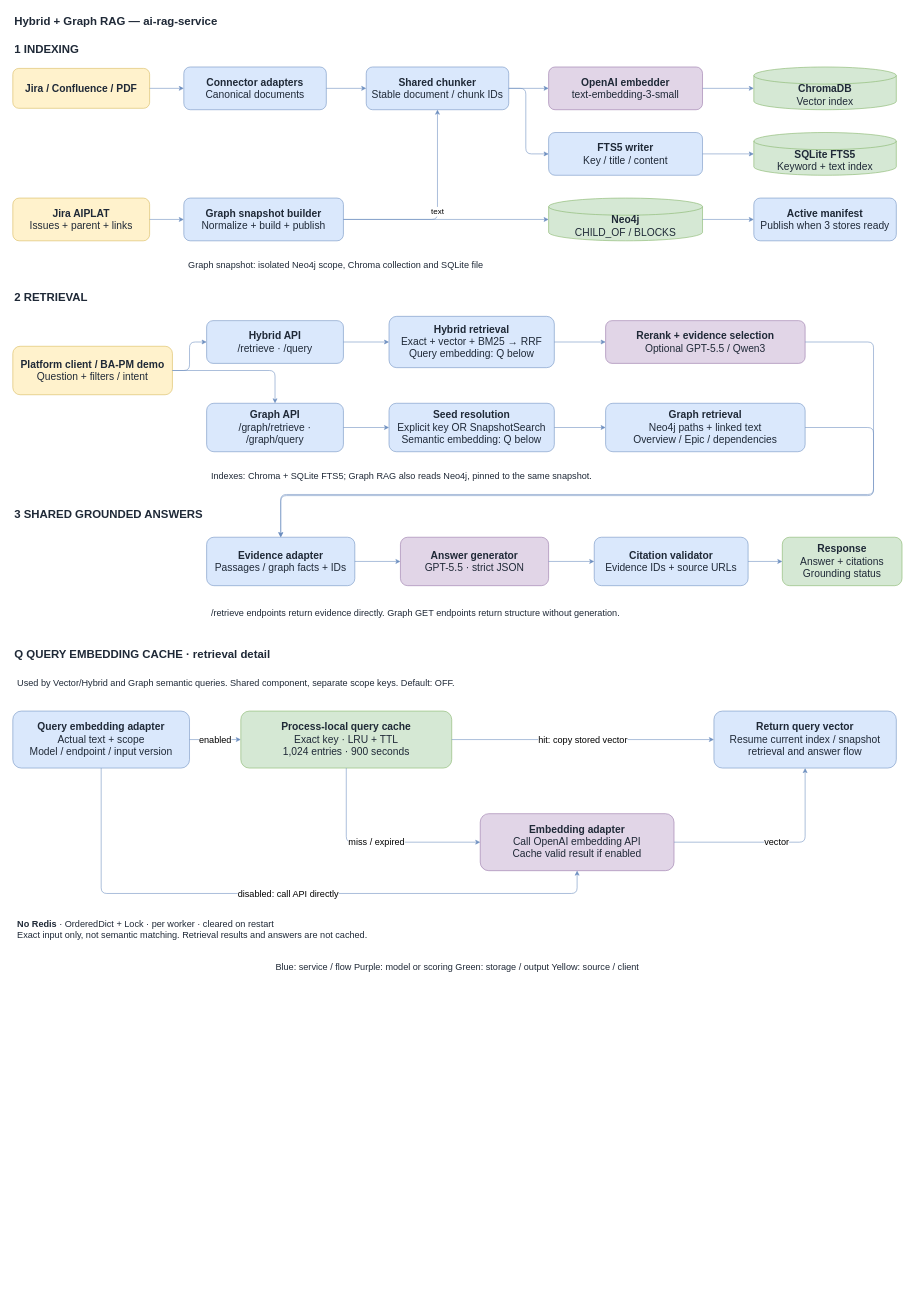
The draw.io diagram docs/superpowers/specs/assets/hybrid-grounded-rag-poc-architecture.drawio in gjnzsu/ai-rag-service, before the edit. Source tidied: cells renumbered, new cells numbered last; positions are measured from the earlier drawing's top-left corner, leaving out a move shared by most shapes. Both pictures are drawn from the tidied source at 57%, with x=0, y=0 at pixel (10, 10).
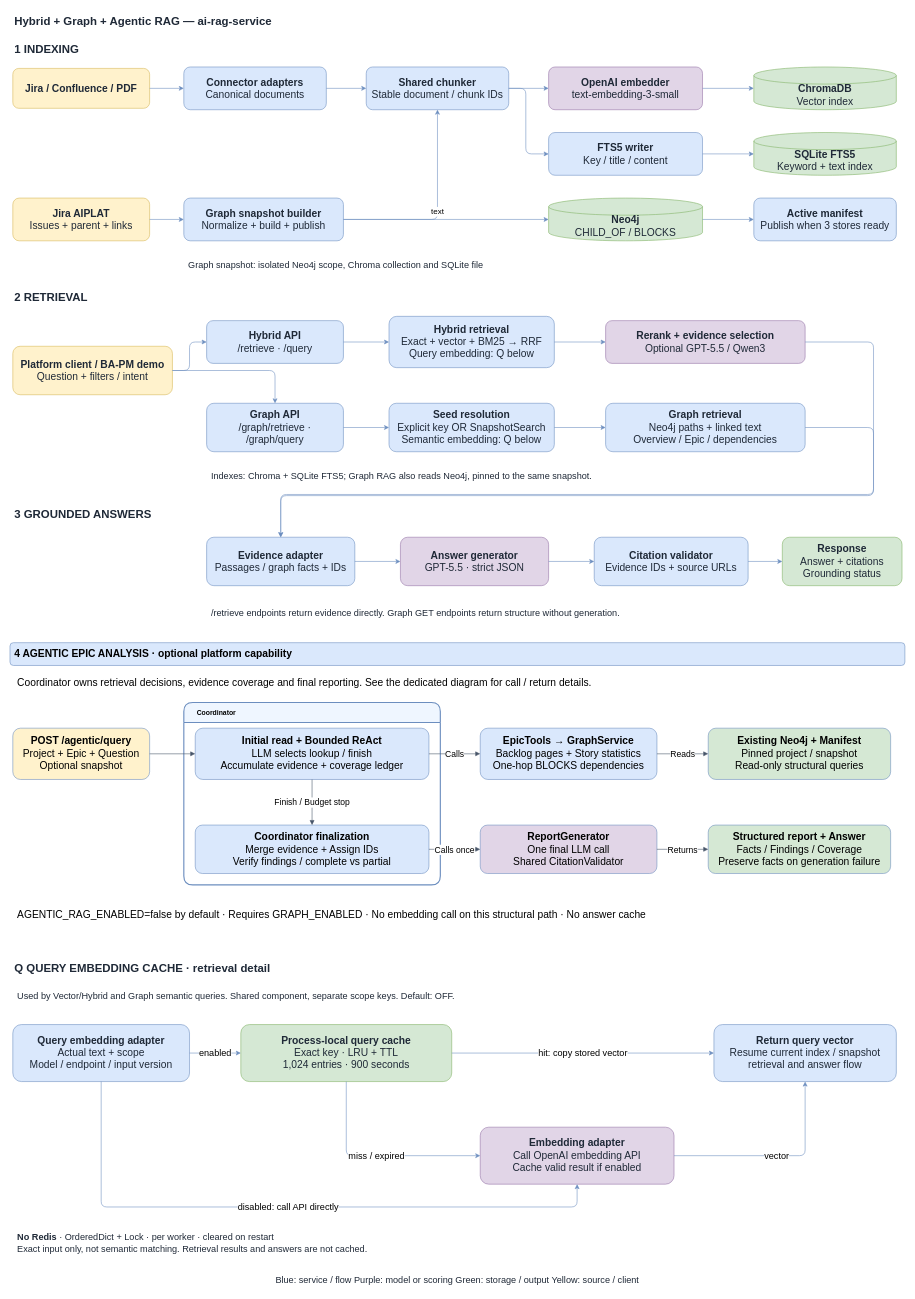
The same diagram, later.

Change to the diagram source:
```diff
@@
-    <mxCell id="2" value="Hybrid + Graph RAG — ai-rag-service" style="rounded=1;whiteSpace=wrap;html=1;fontSize=18;spacing=8;fillColor=#DAE8FC;strokeColor=#6C8EBF;fontColor=#1F2937;fillColor=none;strokeColor=none;align=left;fontStyle=1;fontSize=20;" parent="1" vertex="1">
+    <mxCell id="2" value="Hybrid + Graph + Agentic RAG — ai-rag-service" style="rounded=1;whiteSpace=wrap;html=1;fontSize=18;spacing=8;fillColor=#DAE8FC;strokeColor=#6C8EBF;fontColor=#1F2937;fillColor=none;strokeColor=none;align=left;fontStyle=1;fontSize=20;" parent="1" vertex="1">
       <mxGeometry width="1570" height="35" as="geometry" />
     </mxCell>
@@
-    <mxCell id="41" value="3  SHARED GROUNDED ANSWERS" style="rounded=1;whiteSpace=wrap;html=1;fontSize=18;spacing=8;fillColor=#DAE8FC;strokeColor=#6C8EBF;fontColor=#1F2937;fillColor=none;strokeColor=none;align=left;fontStyle=1;fontSize=20;" parent="1" vertex="1">
+    <mxCell id="41" value="3  GROUNDED ANSWERS" style="rounded=1;whiteSpace=wrap;html=1;fontSize=18;spacing=8;fillColor=#DAE8FC;strokeColor=#6C8EBF;fontColor=#1F2937;fillColor=none;strokeColor=none;align=left;fontStyle=1;fontSize=20;" parent="1" vertex="1">
       <mxGeometry y="865" width="1570" height="35" as="geometry" />
     </mxCell>
@@
     <mxCell id="52" value="Blue: service / flow    Purple: model or scoring    Green: storage / output    Yellow: source / client" style="rounded=1;whiteSpace=wrap;html=1;fontSize=18;spacing=8;fillColor=#DAE8FC;strokeColor=#6C8EBF;fontColor=#1F2937;fillColor=none;strokeColor=none;fontSize=16;" parent="1" vertex="1">
-      <mxGeometry x="5" y="1660" width="1560" height="35" as="geometry" />
+      <mxGeometry x="5" y="2210" width="1560" height="35" as="geometry" />
     </mxCell>
     <mxCell id="53" value="Q  QUERY EMBEDDING CACHE · retrieval detail" style="rounded=1;whiteSpace=wrap;html=1;fontSize=18;spacing=8;fontColor=#1F2937;fillColor=none;strokeColor=none;align=left;fontStyle=1;fontSize=20;" parent="1" vertex="1">
-      <mxGeometry y="1110" width="1570" height="40" as="geometry" />
+      <mxGeometry y="1660" width="1570" height="40" as="geometry" />
     </mxCell>
     <mxCell id="54" value="Used by Vector/Hybrid and Graph semantic queries. Shared component, separate scope keys. Default: OFF." style="rounded=1;whiteSpace=wrap;html=1;fontSize=18;spacing=8;fontColor=#1F2937;fillColor=none;strokeColor=none;align=left;fontSize=16;" parent="1" vertex="1">
-      <mxGeometry x="5" y="1160" width="1550" height="40" as="geometry" />
+      <mxGeometry x="5" y="1710" width="1550" height="40" as="geometry" />
     </mxCell>
     <mxCell id="55" value="&lt;b&gt;Query embedding adapter&lt;/b&gt;&lt;br&gt;Actual text + scope&lt;br&gt;Model / endpoint / input version" style="rounded=1;whiteSpace=wrap;html=1;fontSize=18;spacing=8;fontColor=#1F2937;fillColor=#DAE8FC;strokeColor=#6C8EBF;" parent="1" vertex="1">
-      <mxGeometry x="5" y="1230" width="310" height="100" as="geometry" />
+      <mxGeometry x="5" y="1780" width="310" height="100" as="geometry" />
     </mxCell>
     <mxCell id="56" value="&lt;b&gt;Process-local query cache&lt;/b&gt;&lt;br&gt;Exact key · LRU + TTL&lt;br&gt;1,024 entries · 900 seconds" style="rounded=1;whiteSpace=wrap;html=1;fontSize=18;spacing=8;fontColor=#1F2937;fillColor=#D5E8D4;strokeColor=#82B366;" parent="1" vertex="1">
-      <mxGeometry x="405" y="1230" width="370" height="100" as="geometry" />
+      <mxGeometry x="405" y="1780" width="370" height="100" as="geometry" />
     </mxCell>
     <mxCell id="57" value="&lt;b&gt;Return query vector&lt;/b&gt;&lt;br&gt;Resume current index / snapshot&lt;br&gt;retrieval and answer flow" style="rounded=1;whiteSpace=wrap;html=1;fontSize=18;spacing=8;fontColor=#1F2937;fillColor=#DAE8FC;strokeColor=#6C8EBF;" parent="1" vertex="1">
-      <mxGeometry x="1235" y="1230" width="320" height="100" as="geometry" />
+      <mxGeometry x="1235" y="1780" width="320" height="100" as="geometry" />
     </mxCell>
     <mxCell id="58" value="&lt;b&gt;Embedding adapter&lt;/b&gt;&lt;br&gt;Call OpenAI embedding API&lt;br&gt;Cache valid result if enabled" style="rounded=1;whiteSpace=wrap;html=1;fontSize=18;spacing=8;fontColor=#1F2937;fillColor=#E1D5E7;strokeColor=#9673A6;" parent="1" vertex="1">
-      <mxGeometry x="825" y="1410" width="340" height="100" as="geometry" />
+      <mxGeometry x="825" y="1960" width="340" height="100" as="geometry" />
     </mxCell>
@@
     <mxCell id="61" value="miss / expired" style="edgeStyle=orthogonalEdgeStyle;rounded=1;html=1;strokeColor=#6C8EBF;endArrow=classic;fontSize=16;labelBackgroundColor=#FFFFFF;exitX=0.5;exitY=1;entryX=0;entryY=0.5;" parent="1" edge="1" source="56" target="58">
       <mxGeometry relative="1" as="geometry">
         <Array as="points">
-          <mxPoint x="590" y="1460" />
+          <mxPoint x="590" y="2010" />
         </Array>
       </mxGeometry>
     </mxCell>
     <mxCell id="62" value="vector" style="edgeStyle=orthogonalEdgeStyle;rounded=1;html=1;strokeColor=#6C8EBF;endArrow=classic;fontSize=16;labelBackgroundColor=#FFFFFF;exitX=1;exitY=0.5;entryX=0.5;entryY=1;" parent="1" edge="1" source="58" target="57">
       <mxGeometry relative="1" as="geometry">
         <Array as="points">
-          <mxPoint x="1395" y="1460" />
+          <mxPoint x="1395" y="2010" />
         </Array>
       </mxGeometry>
     </mxCell>
     <mxCell id="63" value="disabled: call API directly" style="edgeStyle=orthogonalEdgeStyle;rounded=1;html=1;strokeColor=#6C8EBF;endArrow=classic;fontSize=16;labelBackgroundColor=#FFFFFF;exitX=0.5;exitY=1;entryX=0.5;entryY=1;" parent="1" edge="1" source="55" target="58">
       <mxGeometry relative="1" as="geometry">
         <Array as="points">
-          <mxPoint x="160" y="1550" />
-          <mxPoint x="995" y="1550" />
+          <mxPoint x="160" y="2100" />
+          <mxPoint x="995" y="2100" />
         </Array>
       </mxGeometry>
     </mxCell>
     <mxCell id="64" value="&lt;b&gt;No Redis&lt;/b&gt; · OrderedDict + Lock · per worker · cleared on restart&lt;br&gt;Exact input only, not semantic matching. Retrieval results and answers are not cached." style="rounded=1;whiteSpace=wrap;html=1;fontSize=18;spacing=8;fontColor=#1F2937;fillColor=none;strokeColor=none;align=left;fontSize=16;" parent="1" vertex="1">
-      <mxGeometry x="5" y="1580" width="1550" height="65" as="geometry" />
+      <mxGeometry x="5" y="2130" width="1550" height="65" as="geometry" />
     </mxCell>
+    <mxCell id="65" value="4  AGENTIC EPIC ANALYSIS · optional platform capability" style="rounded=1;whiteSpace=wrap;html=1;fontSize=18;spacing=8;strokeColor=#6C8EBF;fillColor=#DAE8FC;fontStyle=1;align=left;" parent="1" vertex="1">
+      <mxGeometry y="1110" width="1570" height="40" as="geometry" />
+    </mxCell>
+    <mxCell id="66" value="Coordinator owns retrieval decisions, evidence coverage and final reporting. See the dedicated diagram for call / return details." style="rounded=1;whiteSpace=wrap;html=1;fontSize=18;spacing=8;strokeColor=#6C8EBF;fillColor=none;strokeColor=none;align=left;" parent="1" vertex="1">
+      <mxGeometry x="5" y="1160" width="1550" height="40" as="geometry" />
+    </mxCell>
+    <mxCell id="67" value="Coordinator" style="rounded=1;whiteSpace=wrap;html=1;fontSize=18;spacing=8;strokeColor=#6C8EBF;fillColor=#eff6ff;swimlane;startSize=35;fontStyle=1;align=left;spacingLeft=15;strokeWidth=2;" parent="1" vertex="1">
+      <mxGeometry x="305" y="1215" width="450" height="320" as="geometry" />
+    </mxCell>
+    <mxCell id="68" value="&lt;b&gt;POST /agentic/query&lt;/b&gt;&lt;br&gt;Project + Epic + Question&lt;br&gt;Optional snapshot" style="rounded=1;whiteSpace=wrap;html=1;fontSize=18;spacing=8;strokeColor=#6C8EBF;fillColor=#fff2cc;" parent="1" vertex="1">
+      <mxGeometry x="5" y="1260" width="240" height="90" as="geometry" />
+    </mxCell>
+    <mxCell id="69" value="&lt;b&gt;Initial read + Bounded ReAct&lt;/b&gt;&lt;br&gt;LLM selects lookup / finish&lt;br&gt;Accumulate evidence + coverage ledger" style="rounded=1;whiteSpace=wrap;html=1;fontSize=18;spacing=8;strokeColor=#6C8EBF;fillColor=#DAE8FC;" parent="1" vertex="1">
+      <mxGeometry x="325" y="1260" width="410" height="90" as="geometry" />
+    </mxCell>
+    <mxCell id="70" value="&lt;b&gt;EpicTools → GraphService&lt;/b&gt;&lt;br&gt;Backlog pages + Story statistics&lt;br&gt;One-hop BLOCKS dependencies" style="rounded=1;whiteSpace=wrap;html=1;fontSize=18;spacing=8;strokeColor=#6C8EBF;fillColor=#DAE8FC;" parent="1" vertex="1">
+      <mxGeometry x="825" y="1260" width="310" height="90" as="geometry" />
+    </mxCell>
+    <mxCell id="71" value="&lt;b&gt;Existing Neo4j + Manifest&lt;/b&gt;&lt;br&gt;Pinned project / snapshot&lt;br&gt;Read-only structural queries" style="rounded=1;whiteSpace=wrap;html=1;fontSize=18;spacing=8;strokeColor=#6C8EBF;fillColor=#d5e8d4;" parent="1" vertex="1">
+      <mxGeometry x="1225" y="1260" width="320" height="90" as="geometry" />
+    </mxCell>
+    <mxCell id="72" value="&lt;b&gt;Coordinator finalization&lt;/b&gt;&lt;br&gt;Merge evidence + Assign IDs&lt;br&gt;Verify findings / complete vs partial" style="rounded=1;whiteSpace=wrap;html=1;fontSize=18;spacing=8;strokeColor=#6C8EBF;fillColor=#DAE8FC;" parent="1" vertex="1">
+      <mxGeometry x="325" y="1430" width="410" height="85" as="geometry" />
+    </mxCell>
+    <mxCell id="73" value="&lt;b&gt;ReportGenerator&lt;/b&gt;&lt;br&gt;One final LLM call&lt;br&gt;Shared CitationValidator" style="rounded=1;whiteSpace=wrap;html=1;fontSize=18;spacing=8;strokeColor=#6C8EBF;fillColor=#e1d5e7;" parent="1" vertex="1">
+      <mxGeometry x="825" y="1430" width="310" height="85" as="geometry" />
+    </mxCell>
+    <mxCell id="74" value="&lt;b&gt;Structured report + Answer&lt;/b&gt;&lt;br&gt;Facts / Findings / Coverage&lt;br&gt;Preserve facts on generation failure" style="rounded=1;whiteSpace=wrap;html=1;fontSize=18;spacing=8;strokeColor=#6C8EBF;fillColor=#d5e8d4;" parent="1" vertex="1">
+      <mxGeometry x="1225" y="1430" width="320" height="85" as="geometry" />
+    </mxCell>
+    <mxCell id="75" value="AGENTIC_RAG_ENABLED=false by default · Requires GRAPH_ENABLED · No embedding call on this structural path · No answer cache" style="rounded=1;whiteSpace=wrap;html=1;fontSize=18;spacing=8;strokeColor=#6C8EBF;fillColor=none;strokeColor=none;align=left;" parent="1" vertex="1">
+      <mxGeometry x="5" y="1565" width="1550" height="45" as="geometry" />
+    </mxCell>
+    <mxCell id="76" style="edgeStyle=orthogonalEdgeStyle;html=1;endArrow=block;strokeColor=#475569;fontSize=15;labelBackgroundColor=#ffffff;" parent="1" edge="1" source="68" target="69">
+      <mxGeometry relative="1" as="geometry" />
+    </mxCell>
+    <mxCell id="77" value="Calls" style="edgeStyle=orthogonalEdgeStyle;html=1;endArrow=block;strokeColor=#475569;fontSize=15;labelBackgroundColor=#ffffff;" parent="1" edge="1" source="69" target="70">
+      <mxGeometry relative="1" as="geometry" />
+    </mxCell>
+    <mxCell id="78" value="Reads" style="edgeStyle=orthogonalEdgeStyle;html=1;endArrow=block;strokeColor=#475569;fontSize=15;labelBackgroundColor=#ffffff;" parent="1" edge="1" source="70" target="71">
+      <mxGeometry relative="1" as="geometry" />
+    </mxCell>
+    <mxCell id="79" value="Finish / Budget stop" style="edgeStyle=orthogonalEdgeStyle;html=1;endArrow=block;strokeColor=#475569;fontSize=15;labelBackgroundColor=#ffffff;" parent="1" edge="1" source="69" target="72">
+      <mxGeometry relative="1" as="geometry" />
+    </mxCell>
+    <mxCell id="80" value="Calls once" style="edgeStyle=orthogonalEdgeStyle;html=1;endArrow=block;strokeColor=#475569;fontSize=15;labelBackgroundColor=#ffffff;" parent="1" edge="1" source="72" target="73">
+      <mxGeometry relative="1" as="geometry" />
+    </mxCell>
+    <mxCell id="81" value="Returns" style="edgeStyle=orthogonalEdgeStyle;html=1;endArrow=block;strokeColor=#475569;fontSize=15;labelBackgroundColor=#ffffff;" parent="1" edge="1" source="73" target="74">
+      <mxGeometry relative="1" as="geometry" />
+    </mxCell>
```
